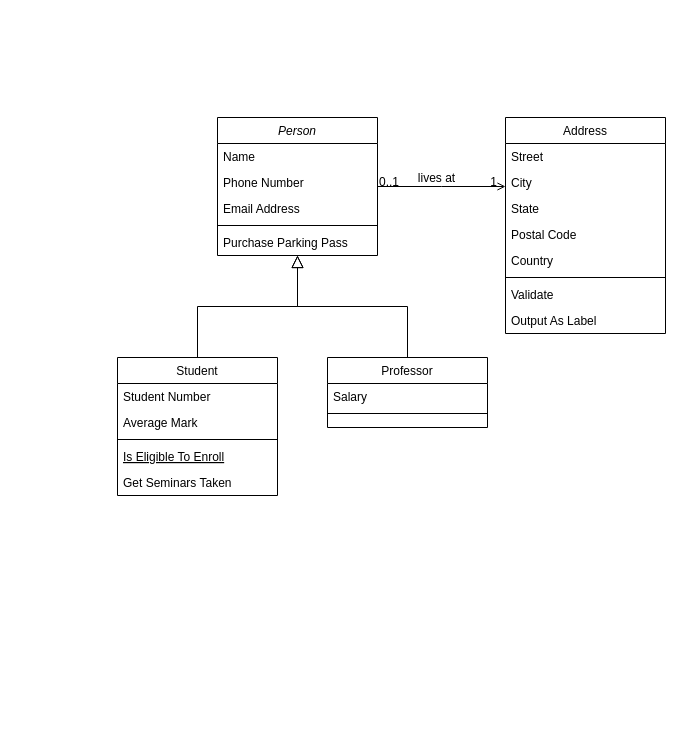
Above: Midterm_EECS3311.drawio in WindFlyLewa5/diagrams (draw.io), before the change. Source tidied: cells renumbered, new cells numbered last; positions are measured from the earlier drawing's top-left corner, leaving out a move shared by most shapes. Both pictures are drawn from the tidied source at 100%, with x=0, y=0 at pixel (117, 117).
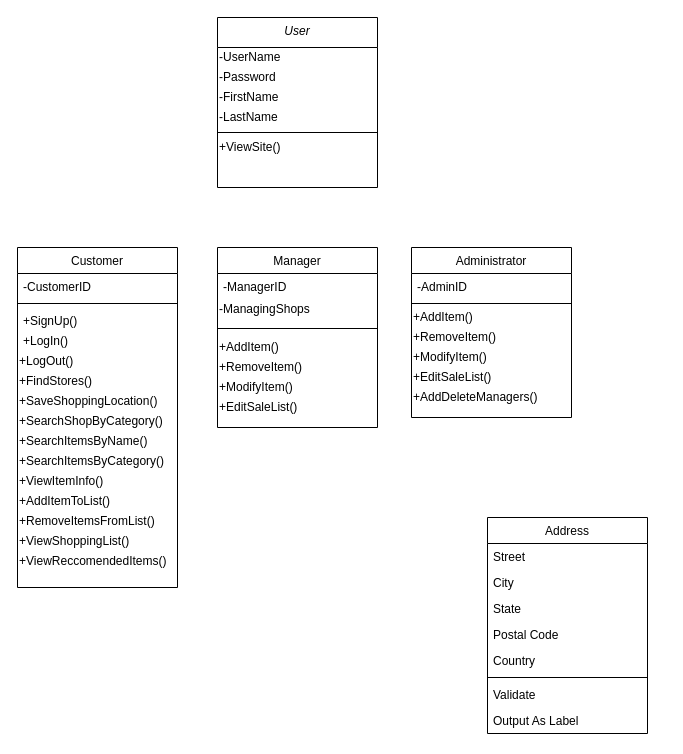
Above is the later version.

Change to the diagram source:
```diff
@@
-    <mxCell id="2" value="Person" style="swimlane;fontStyle=2;align=center;verticalAlign=top;horizontal=1;startSize=26;rounded=0;shadow=0;strokeWidth=1;" parent="1" vertex="1">
-      <mxGeometry x="100" width="160" height="138" as="geometry" />
+    <mxCell id="2" value="User" style="swimlane;fontStyle=2;align=center;verticalAlign=top;horizontal=1;startSize=30;rounded=0;shadow=0;strokeWidth=1;" parent="1" vertex="1">
+      <mxGeometry x="100" y="-100" width="160" height="170" as="geometry" />
     </mxCell>
-    <mxCell id="3" value="Name" style="text;align=left;verticalAlign=top;spacingLeft=4;spacingRight=4;overflow=hidden;" parent="2" vertex="1">
-      <mxGeometry y="26" width="160" height="26" as="geometry" />
-    </mxCell>
-    <mxCell id="4" value="Phone Number" style="text;align=left;verticalAlign=top;spacingLeft=4;spacingRight=4;overflow=hidden;rounded=0;shadow=0;html=0;" parent="2" vertex="1">
-      <mxGeometry y="52" width="160" height="26" as="geometry" />
-    </mxCell>
-    <mxCell id="5" value="Email Address" style="text;align=left;verticalAlign=top;spacingLeft=4;spacingRight=4;overflow=hidden;rounded=0;shadow=0;html=0;" parent="2" vertex="1">
-      <mxGeometry y="78" width="160" height="26" as="geometry" />
-    </mxCell>
+    <mxCell id="32" value="-UserName" style="text;html=1;align=left;verticalAlign=middle;strokeColor=none;fillColor=none;" parent="2" vertex="1">
+      <mxGeometry y="30" width="160" height="20" as="geometry" />
+    </mxCell>
+    <mxCell id="33" value="-Password" style="text;html=1;align=left;verticalAlign=middle;strokeColor=none;fillColor=none;" parent="2" vertex="1">
+      <mxGeometry y="50" width="160" height="20" as="geometry" />
+    </mxCell>
+    <mxCell id="34" value="-FirstName" style="text;html=1;align=left;verticalAlign=middle;strokeColor=none;fillColor=none;" parent="2" vertex="1">
+      <mxGeometry y="70" width="160" height="20" as="geometry" />
+    </mxCell>
+    <mxCell id="35" value="-LastName" style="text;html=1;align=left;verticalAlign=middle;strokeColor=none;fillColor=none;" parent="2" vertex="1">
+      <mxGeometry y="90" width="160" height="20" as="geometry" />
+    </mxCell>
     <mxCell id="6" style="line;html=1;strokeWidth=1;align=left;verticalAlign=middle;spacingTop=-1;spacingLeft=3;spacingRight=3;labelPosition=right;" parent="2" vertex="1">
-      <mxGeometry y="104" width="160" height="8" as="geometry" />
+      <mxGeometry y="110" width="160" height="10" as="geometry" />
     </mxCell>
-    <mxCell id="7" value="Purchase Parking Pass" style="text;align=left;verticalAlign=top;spacingLeft=4;spacingRight=4;overflow=hidden;" parent="2" vertex="1">
-      <mxGeometry y="112" width="160" height="26" as="geometry" />
-    </mxCell>
+    <mxCell id="36" value="+ViewSite()" style="text;html=1;align=left;verticalAlign=middle;strokeColor=none;fillColor=none;" parent="2" vertex="1">
+      <mxGeometry y="120" width="160" height="20" as="geometry" />
+    </mxCell>
-    <mxCell id="8" value="Student" style="swimlane;fontStyle=0;align=center;verticalAlign=top;horizontal=1;startSize=26;rounded=0;shadow=0;strokeWidth=1;" parent="1" vertex="1">
-      <mxGeometry y="240" width="160" height="138" as="geometry" />
+    <mxCell id="8" value="Customer" style="swimlane;fontStyle=0;align=center;verticalAlign=top;horizontal=1;startSize=26;rounded=0;shadow=0;strokeWidth=1;" parent="1" vertex="1">
+      <mxGeometry x="-100" y="130" width="160" height="340" as="geometry" />
     </mxCell>
-    <mxCell id="9" value="Student Number" style="text;align=left;verticalAlign=top;spacingLeft=4;spacingRight=4;overflow=hidden;" parent="8" vertex="1">
+    <mxCell id="9" value="-CustomerID" style="text;align=left;verticalAlign=top;spacingLeft=4;spacingRight=4;overflow=hidden;" parent="8" vertex="1">
       <mxGeometry y="26" width="160" height="26" as="geometry" />
     </mxCell>
-    <mxCell id="10" value="Average Mark" style="text;align=left;verticalAlign=top;spacingLeft=4;spacingRight=4;overflow=hidden;rounded=0;shadow=0;html=0;" parent="8" vertex="1">
-      <mxGeometry y="52" width="160" height="26" as="geometry" />
-    </mxCell>
     <mxCell id="11" style="line;html=1;strokeWidth=1;align=left;verticalAlign=middle;spacingTop=-1;spacingLeft=3;spacingRight=3;labelPosition=right;" parent="8" vertex="1">
-      <mxGeometry y="78" width="160" height="8" as="geometry" />
+      <mxGeometry y="52" width="160" height="8" as="geometry" />
     </mxCell>
-    <mxCell id="12" value="Is Eligible To Enroll" style="text;align=left;verticalAlign=top;spacingLeft=4;spacingRight=4;overflow=hidden;fontStyle=4;" parent="8" vertex="1">
-      <mxGeometry y="86" width="160" height="26" as="geometry" />
+    <mxCell id="12" value="+SignUp()" style="text;align=left;verticalAlign=top;spacingLeft=4;spacingRight=4;overflow=hidden;fontStyle=0;" parent="8" vertex="1">
+      <mxGeometry y="60" width="160" height="20" as="geometry" />
     </mxCell>
-    <mxCell id="13" value="Get Seminars Taken" style="text;align=left;verticalAlign=top;spacingLeft=4;spacingRight=4;overflow=hidden;" parent="8" vertex="1">
-      <mxGeometry y="112" width="160" height="26" as="geometry" />
+    <mxCell id="13" value="+LogIn()" style="text;align=left;verticalAlign=top;spacingLeft=4;spacingRight=4;overflow=hidden;" parent="8" vertex="1">
+      <mxGeometry y="80" width="160" height="24" as="geometry" />
     </mxCell>
-    <mxCell id="14" style="endArrow=block;endSize=10;endFill=0;shadow=0;strokeWidth=1;rounded=0;edgeStyle=elbowEdgeStyle;elbow=vertical;" parent="1" edge="1" source="8" target="2">
-      <mxGeometry relative="1" as="geometry" />
-    </mxCell>
+    <mxCell id="37" value="+LogOut()" style="text;html=1;align=left;verticalAlign=middle;strokeColor=none;fillColor=none;" parent="8" vertex="1">
+      <mxGeometry y="104" width="160" height="20" as="geometry" />
+    </mxCell>
+    <mxCell id="38" value="+FindStores()" style="text;html=1;align=left;verticalAlign=middle;strokeColor=none;fillColor=none;" parent="8" vertex="1">
+      <mxGeometry y="124" width="160" height="20" as="geometry" />
+    </mxCell>
+    <mxCell id="39" value="+SaveShoppingLocation()" style="text;html=1;align=left;verticalAlign=middle;strokeColor=none;fillColor=none;" parent="8" vertex="1">
+      <mxGeometry y="144" width="160" height="20" as="geometry" />
+    </mxCell>
+    <mxCell id="40" value="+SearchShopByCategory()" style="text;html=1;align=left;verticalAlign=middle;strokeColor=none;fillColor=none;" parent="8" vertex="1">
+      <mxGeometry y="164" width="160" height="20" as="geometry" />
+    </mxCell>
+    <mxCell id="41" value="+SearchItemsByName()" style="text;html=1;align=left;verticalAlign=middle;strokeColor=none;fillColor=none;" parent="8" vertex="1">
+      <mxGeometry y="184" width="160" height="20" as="geometry" />
+    </mxCell>
+    <mxCell id="42" value="+SearchItemsByCategory()" style="text;html=1;align=left;verticalAlign=middle;strokeColor=none;fillColor=none;" parent="8" vertex="1">
+      <mxGeometry y="204" width="160" height="20" as="geometry" />
+    </mxCell>
+    <mxCell id="43" value="+ViewItemInfo()" style="text;html=1;align=left;verticalAlign=middle;strokeColor=none;fillColor=none;" parent="8" vertex="1">
+      <mxGeometry y="224" width="160" height="20" as="geometry" />
+    </mxCell>
+    <mxCell id="44" value="+AddItemToList()" style="text;html=1;align=left;verticalAlign=middle;strokeColor=none;fillColor=none;" parent="8" vertex="1">
+      <mxGeometry y="244" width="160" height="20" as="geometry" />
+    </mxCell>
+    <mxCell id="45" value="+RemoveItemsFromList()" style="text;html=1;align=left;verticalAlign=middle;strokeColor=none;fillColor=none;" parent="8" vertex="1">
+      <mxGeometry y="264" width="160" height="20" as="geometry" />
+    </mxCell>
+    <mxCell id="46" value="+ViewShoppingList()" style="text;html=1;align=left;verticalAlign=middle;strokeColor=none;fillColor=none;" parent="8" vertex="1">
+      <mxGeometry y="284" width="160" height="20" as="geometry" />
+    </mxCell>
+    <mxCell id="47" value="+ViewReccomendedItems()" style="text;html=1;align=left;verticalAlign=middle;strokeColor=none;fillColor=none;" parent="8" vertex="1">
+      <mxGeometry y="304" width="160" height="20" as="geometry" />
+    </mxCell>
-    <mxCell id="15" value="Professor" style="swimlane;fontStyle=0;align=center;verticalAlign=top;horizontal=1;startSize=26;rounded=0;shadow=0;strokeWidth=1;" parent="1" vertex="1">
-      <mxGeometry x="210" y="240" width="160" height="70" as="geometry" />
+    <mxCell id="15" value="Manager" style="swimlane;fontStyle=0;align=center;verticalAlign=top;horizontal=1;startSize=26;rounded=0;shadow=0;strokeWidth=1;" parent="1" vertex="1">
+      <mxGeometry x="100" y="130" width="160" height="180" as="geometry" />
     </mxCell>
-    <mxCell id="16" value="Salary" style="text;align=left;verticalAlign=top;spacingLeft=4;spacingRight=4;overflow=hidden;" parent="15" vertex="1">
+    <mxCell id="16" value="-ManagerID" style="text;align=left;verticalAlign=top;spacingLeft=4;spacingRight=4;overflow=hidden;" parent="15" vertex="1">
       <mxGeometry y="26" width="160" height="26" as="geometry" />
     </mxCell>
+    <mxCell id="48" value="-ManagingShops" style="text;html=1;align=left;verticalAlign=middle;strokeColor=none;fillColor=none;" parent="15" vertex="1">
+      <mxGeometry y="52" width="160" height="20" as="geometry" />
+    </mxCell>
     <mxCell id="17" style="line;html=1;strokeWidth=1;align=left;verticalAlign=middle;spacingTop=-1;spacingLeft=3;spacingRight=3;labelPosition=right;" parent="15" vertex="1">
-      <mxGeometry y="52" width="160" height="8" as="geometry" />
+      <mxGeometry y="72" width="160" height="18" as="geometry" />
     </mxCell>
-    <mxCell id="18" style="endArrow=block;endSize=10;endFill=0;shadow=0;strokeWidth=1;rounded=0;edgeStyle=elbowEdgeStyle;elbow=vertical;" parent="1" edge="1" source="15" target="2">
-      <mxGeometry relative="1" as="geometry" />
-    </mxCell>
+    <mxCell id="49" value="+AddItem()" style="text;html=1;align=left;verticalAlign=middle;strokeColor=none;fillColor=none;" parent="15" vertex="1">
+      <mxGeometry y="90" width="160" height="20" as="geometry" />
+    </mxCell>
+    <mxCell id="50" value="+RemoveItem()" style="text;html=1;align=left;verticalAlign=middle;strokeColor=none;fillColor=none;" parent="15" vertex="1">
+      <mxGeometry y="110" width="160" height="20" as="geometry" />
+    </mxCell>
+    <mxCell id="51" value="+ModifyItem()" style="text;html=1;align=left;verticalAlign=middle;strokeColor=none;fillColor=none;" parent="15" vertex="1">
+      <mxGeometry y="130" width="160" height="20" as="geometry" />
+    </mxCell>
+    <mxCell id="52" value="+EditSaleList()" style="text;html=1;align=left;verticalAlign=middle;strokeColor=none;fillColor=none;" parent="15" vertex="1">
+      <mxGeometry y="150" width="160" height="20" as="geometry" />
+    </mxCell>
     <mxCell id="19" value="Address" style="swimlane;fontStyle=0;align=center;verticalAlign=top;horizontal=1;startSize=26;rounded=0;shadow=0;strokeWidth=1;" parent="1" vertex="1">
-      <mxGeometry x="388" width="160" height="216" as="geometry" />
+      <mxGeometry x="370" y="400" width="160" height="216" as="geometry" />
     </mxCell>
@@
-    <mxCell id="28" style="endArrow=open;shadow=0;strokeWidth=1;rounded=0;endFill=1;edgeStyle=elbowEdgeStyle;elbow=vertical;" parent="1" edge="1" source="2" target="19">
-      <mxGeometry x="0.5" y="41" relative="1" as="geometry">
-        <mxPoint x="-40" y="32" as="offset" />
-      </mxGeometry>
-    </mxCell>
-    <mxCell id="29" value="0..1" style="align=left;verticalAlign=bottom;labelBackgroundColor=none;fontSize=12;" parent="28" vertex="1">
-      <mxGeometry x="-1" relative="1" as="geometry">
-        <mxPoint y="4" as="offset" />
-      </mxGeometry>
-    </mxCell>
-    <mxCell id="30" value="1" style="align=right;verticalAlign=bottom;labelBackgroundColor=none;fontSize=12;" parent="28" vertex="1">
-      <mxGeometry x="1" relative="1" as="geometry">
-        <mxPoint x="-7" y="4" as="offset" />
-      </mxGeometry>
-    </mxCell>
-    <mxCell id="31" value="lives at" style="text;html=1;align=center;verticalAlign=middle;labelBackgroundColor=none;rounded=0;shadow=0;strokeWidth=1;fontSize=12;" parent="28" vertex="1">
-      <mxGeometry x="0.5" y="49" relative="1" as="geometry">
-        <mxPoint x="-38" y="40" as="offset" />
-      </mxGeometry>
-    </mxCell>
+    <mxCell id="53" value="Administrator" style="swimlane;fontStyle=0;align=center;verticalAlign=top;horizontal=1;startSize=26;rounded=0;shadow=0;strokeWidth=1;" parent="1" vertex="1">
+      <mxGeometry x="294" y="130" width="160" height="170" as="geometry" />
+    </mxCell>
+    <mxCell id="54" value="-AdminID" style="text;align=left;verticalAlign=top;spacingLeft=4;spacingRight=4;overflow=hidden;" parent="53" vertex="1">
+      <mxGeometry y="26" width="160" height="26" as="geometry" />
+    </mxCell>
+    <mxCell id="55" style="line;html=1;strokeWidth=1;align=left;verticalAlign=middle;spacingTop=-1;spacingLeft=3;spacingRight=3;labelPosition=right;" parent="53" vertex="1">
+      <mxGeometry y="52" width="160" height="8" as="geometry" />
+    </mxCell>
+    <mxCell id="56" value="+AddItem()" style="text;html=1;align=left;verticalAlign=middle;strokeColor=none;fillColor=none;" parent="53" vertex="1">
+      <mxGeometry y="60" width="160" height="20" as="geometry" />
+    </mxCell>
+    <mxCell id="57" value="+RemoveItem()" style="text;html=1;align=left;verticalAlign=middle;strokeColor=none;fillColor=none;" parent="53" vertex="1">
+      <mxGeometry y="80" width="160" height="20" as="geometry" />
+    </mxCell>
+    <mxCell id="58" value="+ModifyItem()" style="text;html=1;align=left;verticalAlign=middle;strokeColor=none;fillColor=none;" parent="53" vertex="1">
+      <mxGeometry y="100" width="160" height="20" as="geometry" />
+    </mxCell>
+    <mxCell id="59" value="+EditSaleList()" style="text;html=1;align=left;verticalAlign=middle;strokeColor=none;fillColor=none;" parent="53" vertex="1">
+      <mxGeometry y="120" width="160" height="20" as="geometry" />
+    </mxCell>
+    <mxCell id="60" value="+AddDeleteManagers()" style="text;html=1;align=left;verticalAlign=middle;strokeColor=none;fillColor=none;" parent="53" vertex="1">
+      <mxGeometry y="140" width="160" height="20" as="geometry" />
+    </mxCell>
```
